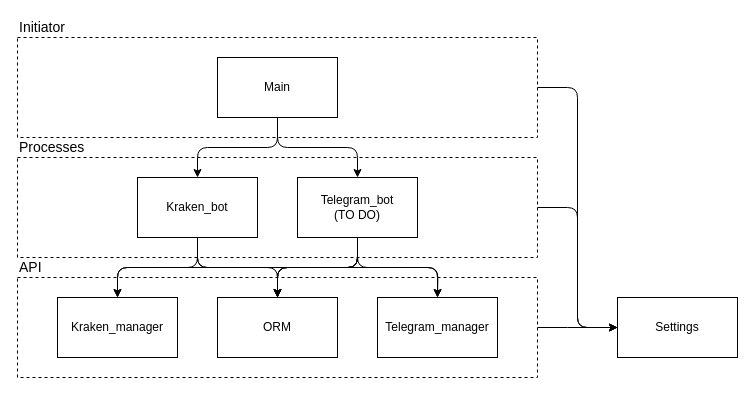
The draw.io diagram docs/application_structure.drawio in ArkadyBuryakov/Volatobot, before the edit. Source tidied: cells renumbered, new cells numbered last; positions are measured from the earlier drawing's top-left corner, leaving out a move shared by most shapes. Both pictures are drawn from the tidied source at 100%, with x=0, y=0 at pixel (17, 17).
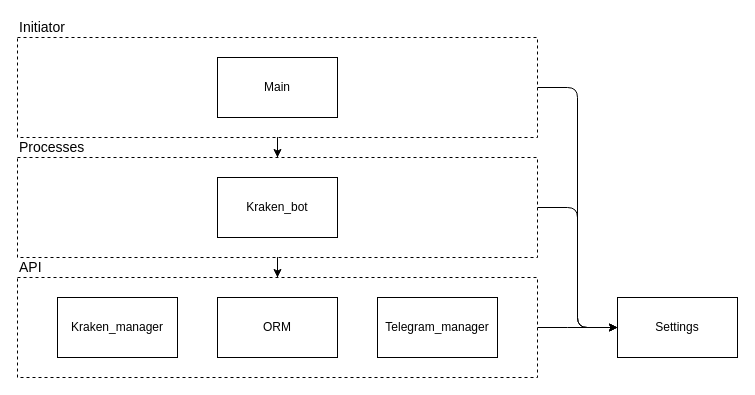
After the change.

The change refers to these unchanged cells:
```xml
<mxCell id="3" style="whiteSpace=wrap;html=1;fillColor=none;dashed=1;align=left;" parent="1" vertex="1">
  <mxGeometry y="20" width="520" height="100" as="geometry" />
</mxCell>
<mxCell id="5" style="whiteSpace=wrap;html=1;fillColor=none;dashed=1;" parent="1" vertex="1">
  <mxGeometry y="140" width="520" height="100" as="geometry" />
</mxCell>
<mxCell id="7" style="whiteSpace=wrap;html=1;fillColor=none;dashed=1;" parent="1" vertex="1">
  <mxGeometry y="260" width="520" height="100" as="geometry" />
</mxCell>
<mxCell id="8" value="Kraken_manager" style="whiteSpace=wrap;html=1;" parent="1" vertex="1">
  <mxGeometry x="40" y="280" width="120" height="60" as="geometry" />
</mxCell>
<mxCell id="9" value="ORM" style="whiteSpace=wrap;html=1;" parent="1" vertex="1">
  <mxGeometry x="200" y="280" width="120" height="60" as="geometry" />
</mxCell>
<mxCell id="10" value="Telegram_manager" style="whiteSpace=wrap;html=1;" parent="1" vertex="1">
  <mxGeometry x="360" y="280" width="120" height="60" as="geometry" />
</mxCell>
<mxCell id="23" value="Main" style="whiteSpace=wrap;html=1;" parent="1" vertex="1">
  <mxGeometry x="200" y="40" width="120" height="60" as="geometry" />
</mxCell>
```

Change to the diagram source:
```diff
@@
+    <mxCell id="28" style="edgeStyle=orthogonalEdgeStyle;rounded=0;jettySize=auto;html=1;entryX=0.5;entryY=0;entryDx=0;entryDy=0;" parent="1" edge="1" source="3" target="5">
+      <mxGeometry relative="1" as="geometry" />
+    </mxCell>
@@
+    <mxCell id="29" style="edgeStyle=orthogonalEdgeStyle;rounded=0;jettySize=auto;html=1;entryX=0.5;entryY=0;entryDx=0;entryDy=0;" parent="1" edge="1" source="5" target="7">
+      <mxGeometry relative="1" as="geometry" />
+    </mxCell>
@@
-    <mxCell id="11" style="edgeStyle=orthogonalEdgeStyle;jettySize=auto;html=1;exitX=0.5;exitY=1;exitDx=0;exitDy=0;entryX=0.5;entryY=0;entryDx=0;entryDy=0;fontSize=14;" parent="1" edge="1" source="14" target="8">
-      <mxGeometry relative="1" as="geometry" />
-    </mxCell>
-    <mxCell id="12" style="edgeStyle=orthogonalEdgeStyle;jettySize=auto;html=1;exitX=0.5;exitY=1;exitDx=0;exitDy=0;entryX=0.5;entryY=0;entryDx=0;entryDy=0;fontSize=14;" parent="1" edge="1" source="14" target="9">
-      <mxGeometry relative="1" as="geometry" />
-    </mxCell>
-    <mxCell id="13" style="edgeStyle=orthogonalEdgeStyle;jettySize=auto;html=1;exitX=0.5;exitY=1;exitDx=0;exitDy=0;entryX=0.5;entryY=0;entryDx=0;entryDy=0;fontSize=14;" parent="1" edge="1" source="14" target="10">
-      <mxGeometry relative="1" as="geometry" />
-    </mxCell>
     <mxCell id="14" value="Kraken_bot" style="whiteSpace=wrap;html=1;" parent="1" vertex="1">
-      <mxGeometry x="120" y="160" width="120" height="60" as="geometry" />
+      <mxGeometry x="200" y="160" width="120" height="60" as="geometry" />
     </mxCell>
-    <mxCell id="15" style="edgeStyle=orthogonalEdgeStyle;jettySize=auto;html=1;exitX=0.5;exitY=1;exitDx=0;exitDy=0;entryX=0.5;entryY=0;entryDx=0;entryDy=0;fontSize=14;" parent="1" edge="1" source="20" target="9">
-      <mxGeometry relative="1" as="geometry" />
-    </mxCell>
-    <mxCell id="16" style="edgeStyle=orthogonalEdgeStyle;jettySize=auto;html=1;exitX=0.5;exitY=1;exitDx=0;exitDy=0;entryX=0.5;entryY=0;entryDx=0;entryDy=0;" parent="1" edge="1" source="20" target="9">
-      <mxGeometry relative="1" as="geometry" />
-    </mxCell>
-    <mxCell id="17" style="edgeStyle=orthogonalEdgeStyle;jettySize=auto;html=1;exitX=0.5;exitY=1;exitDx=0;exitDy=0;entryX=0.5;entryY=0;entryDx=0;entryDy=0;" parent="1" edge="1" source="20" target="9">
-      <mxGeometry relative="1" as="geometry" />
-    </mxCell>
-    <mxCell id="18" style="edgeStyle=orthogonalEdgeStyle;jettySize=auto;html=1;exitX=0.5;exitY=1;exitDx=0;exitDy=0;" parent="1" edge="1" source="20">
-      <mxGeometry relative="1" as="geometry">
-        <mxPoint x="420" y="280" as="targetPoint" />
-      </mxGeometry>
-    </mxCell>
-    <mxCell id="19" style="edgeStyle=orthogonalEdgeStyle;jettySize=auto;html=1;exitX=0.5;exitY=1;exitDx=0;exitDy=0;entryX=0.5;entryY=0;entryDx=0;entryDy=0;" parent="1" edge="1" source="20" target="8">
-      <mxGeometry relative="1" as="geometry" />
-    </mxCell>
-    <mxCell id="20" value="Telegram_bot&lt;br&gt;(TO DO)" style="whiteSpace=wrap;html=1;" parent="1" vertex="1">
-      <mxGeometry x="280" y="160" width="120" height="60" as="geometry" />
-    </mxCell>
-    <mxCell id="21" style="edgeStyle=orthogonalEdgeStyle;jettySize=auto;html=1;exitX=0.5;exitY=1;exitDx=0;exitDy=0;entryX=0.5;entryY=0;entryDx=0;entryDy=0;fontSize=14;" parent="1" edge="1" source="23" target="14">
-      <mxGeometry relative="1" as="geometry" />
-    </mxCell>
-    <mxCell id="22" style="edgeStyle=orthogonalEdgeStyle;jettySize=auto;html=1;exitX=0.5;exitY=1;exitDx=0;exitDy=0;entryX=0.5;entryY=0;entryDx=0;entryDy=0;fontSize=14;" parent="1" edge="1" source="23" target="20">
-      <mxGeometry relative="1" as="geometry" />
-    </mxCell>
```
